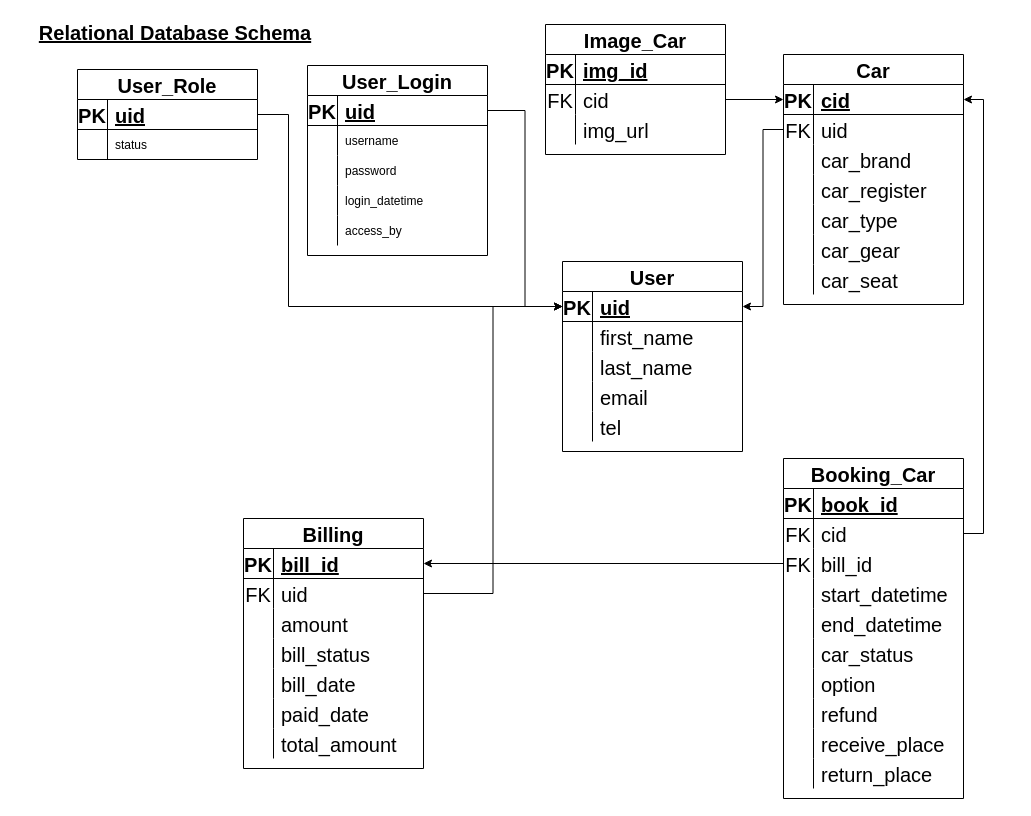
Werayootk/Online_Car_Rental_System keeps this draw.io diagram as page "Relational Database Schema" (2 of 4) of Online_Car_Rental_System.drawio. Above is the earlier version. Source tidied: cells renumbered, new cells numbered last; positions are measured from the earlier drawing's top-left corner, leaving out a move shared by most shapes. Both pictures are drawn from the tidied source at 100%, with x=0, y=0 at pixel (17, 17).
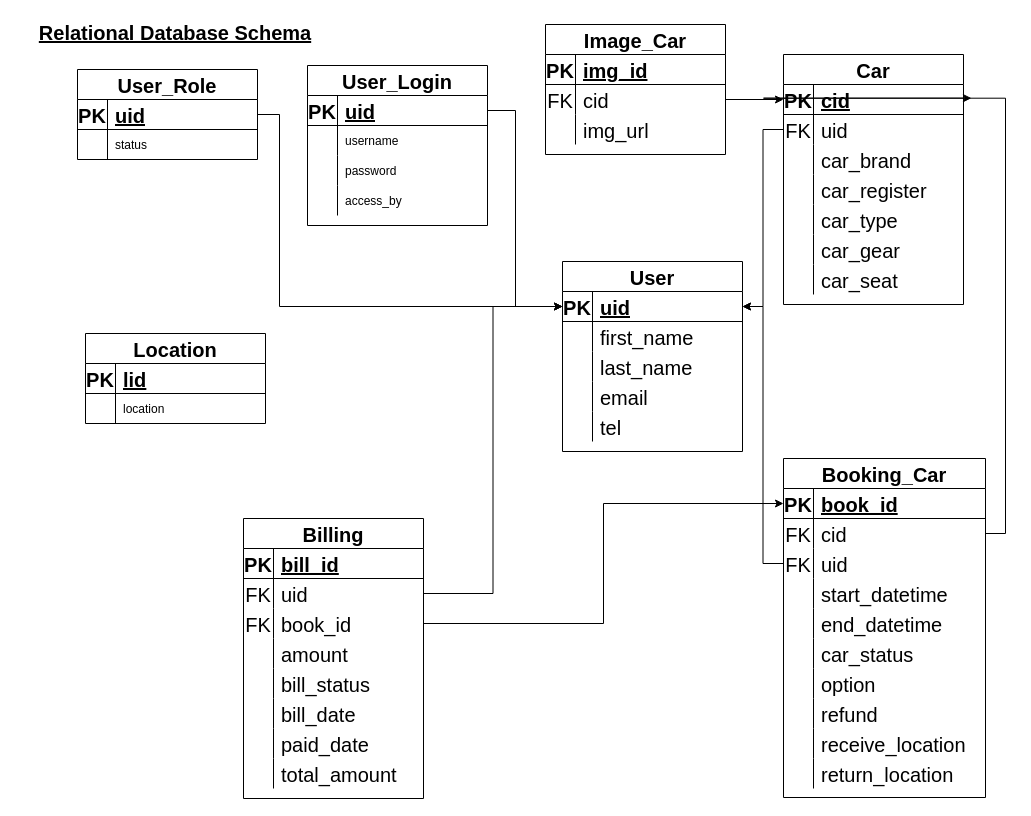
The same diagram, later.

The change refers to these unchanged cells:
```xml
<mxCell id="4" style="shape=partialRectangle;fillColor=none;top=0;left=0;bottom=1;right=0;points=[[0,0.5],[1,0.5]];portConstraint=eastwest;fontSize=20;strokeColor=default;" parent="3" vertex="1">
  <mxGeometry y="30" width="180" height="30" as="geometry" />
</mxCell>
<mxCell id="20" style="shape=partialRectangle;fillColor=none;top=0;left=0;bottom=1;right=0;points=[[0,0.5],[1,0.5]];portConstraint=eastwest;fontSize=20;strokeColor=default;" parent="19" vertex="1">
  <mxGeometry y="30" width="180" height="30" as="geometry" />
</mxCell>
<mxCell id="27" style="shape=partialRectangle;fillColor=none;top=0;left=0;bottom=1;right=0;points=[[0,0.5],[1,0.5]];portConstraint=eastwest;fontSize=20;strokeColor=default;" parent="26" vertex="1">
  <mxGeometry y="30" width="180" height="30" as="geometry" />
</mxCell>
<mxCell id="43" style="shape=partialRectangle;fillColor=none;top=0;left=0;bottom=1;right=0;points=[[0,0.5],[1,0.5]];portConstraint=eastwest;fontSize=20;strokeColor=default;" parent="42" vertex="1">
  <mxGeometry y="30" width="180" height="30" as="geometry" />
</mxCell>
<mxCell id="46" style="shape=partialRectangle;fillColor=none;top=0;left=0;bottom=0;right=0;points=[[0,0.5],[1,0.5]];portConstraint=eastwest;fontSize=20;strokeColor=default;" parent="42" vertex="1">
  <mxGeometry y="60" width="180" height="30" as="geometry" />
</mxCell>
<mxCell id="69" style="shape=partialRectangle;fillColor=none;top=0;left=0;bottom=0;right=0;points=[[0,0.5],[1,0.5]];portConstraint=eastwest;fontSize=20;strokeColor=default;" parent="65" vertex="1">
  <mxGeometry y="60" width="180" height="30" as="geometry" />
</mxCell>
<mxCell id="108" style="shape=partialRectangle;fillColor=none;top=0;left=0;bottom=1;right=0;points=[[0,0.5],[1,0.5]];portConstraint=eastwest;fontSize=20;strokeColor=default;" parent="107" vertex="1">
  <mxGeometry y="30" width="180" height="30" as="geometry" />
</mxCell>
<mxCell id="111" style="shape=partialRectangle;fillColor=none;top=0;left=0;bottom=0;right=0;points=[[0,0.5],[1,0.5]];portConstraint=eastwest;fontSize=20;strokeColor=default;" parent="107" vertex="1">
  <mxGeometry y="60" width="180" height="30" as="geometry" />
</mxCell>
```

Change to the diagram source:
```diff
@@
     <mxCell id="26" value="User_Login" style="shape=table;startSize=30;childLayout=tableLayout;rowLines=0;fontStyle=1;align=center;fontSize=20;strokeColor=default;fillColor=none;" parent="1" vertex="1">
-      <mxGeometry x="290" y="48" width="180" height="190" as="geometry" />
+      <mxGeometry x="290" y="48" width="180" height="160" as="geometry" />
     </mxCell>
@@
-    <mxCell id="36" style="shape=partialRectangle;fillColor=none;top=0;left=0;bottom=0;right=0;" parent="26" vertex="1">
-      <mxGeometry y="120" width="180" height="30" as="geometry" />
-    </mxCell>
-    <mxCell id="37" style="shape=partialRectangle;fillColor=none;top=0;left=0;bottom=0;right=0;overflow=hidden;" parent="36" vertex="1">
-      <mxGeometry width="30" height="30" as="geometry" />
-    </mxCell>
-    <mxCell id="38" value="login_datetime" style="shape=partialRectangle;fillColor=none;top=0;left=0;bottom=0;right=0;align=left;spacingLeft=6;overflow=hidden;" parent="36" vertex="1">
-      <mxGeometry x="30" width="150" height="30" as="geometry" />
-    </mxCell>
     <mxCell id="39" style="shape=partialRectangle;fillColor=none;top=0;left=0;bottom=0;right=0;" parent="26" vertex="1">
-      <mxGeometry y="150" width="180" height="30" as="geometry" />
+      <mxGeometry y="120" width="180" height="30" as="geometry" />
     </mxCell>
@@
-    <mxCell id="64" style="edgeStyle=orthogonalEdgeStyle;rounded=0;jettySize=auto;html=1;entryX=1;entryY=0.5;entryDx=0;entryDy=0;fontSize=20;" parent="1" edge="1" source="46" target="4">
-      <mxGeometry relative="1" as="geometry" />
-    </mxCell>
@@
-    <mxCell id="75" style="edgeStyle=orthogonalEdgeStyle;rounded=0;jettySize=auto;html=1;exitX=1;exitY=0.5;exitDx=0;exitDy=0;entryX=0;entryY=0.5;entryDx=0;entryDy=0;fontSize=20;" parent="1" edge="1" source="69" target="43">
-      <mxGeometry relative="1" as="geometry" />
-    </mxCell>
     <mxCell id="76" value="Booking_Car" style="shape=table;startSize=30;childLayout=tableLayout;rowLines=0;fontStyle=1;align=center;fontSize=20;strokeColor=default;fillColor=none;" parent="1" vertex="1">
-      <mxGeometry x="766" y="441" width="180" height="340" as="geometry" />
+      <mxGeometry x="766" y="441" width="202" height="339" as="geometry" />
     </mxCell>
     <mxCell id="77" style="shape=partialRectangle;fillColor=none;top=0;left=0;bottom=1;right=0;points=[[0,0.5],[1,0.5]];portConstraint=eastwest;fontSize=20;strokeColor=default;" parent="76" vertex="1">
-      <mxGeometry y="30" width="180" height="30" as="geometry" />
+      <mxGeometry y="30" width="202" height="30" as="geometry" />
     </mxCell>
@@
     <mxCell id="79" value="book_id" style="shape=partialRectangle;fillColor=none;top=0;left=0;bottom=0;right=0;align=left;spacingLeft=6;fontStyle=5;overflow=hidden;fontSize=20;strokeColor=default;" parent="77" vertex="1">
-      <mxGeometry x="30" width="150" height="30" as="geometry" />
+      <mxGeometry x="30" width="172" height="30" as="geometry" />
     </mxCell>
     <mxCell id="80" style="shape=partialRectangle;fillColor=none;top=0;left=0;bottom=0;right=0;points=[[0,0.5],[1,0.5]];portConstraint=eastwest;fontSize=20;strokeColor=default;" parent="76" vertex="1">
-      <mxGeometry y="60" width="180" height="30" as="geometry" />
+      <mxGeometry y="60" width="202" height="30" as="geometry" />
     </mxCell>
@@
     <mxCell id="82" value="cid" style="shape=partialRectangle;fillColor=none;top=0;left=0;bottom=0;right=0;align=left;spacingLeft=6;fontStyle=0;overflow=hidden;fontSize=20;strokeColor=default;" parent="80" vertex="1">
-      <mxGeometry x="30" width="150" height="30" as="geometry" />
+      <mxGeometry x="30" width="172" height="30" as="geometry" />
     </mxCell>
-    <mxCell id="83" style="shape=partialRectangle;fillColor=none;top=0;left=0;bottom=0;right=0;points=[[0,0.5],[1,0.5]];portConstraint=eastwest;fontSize=20;strokeColor=default;" parent="76" vertex="1">
-      <mxGeometry y="90" width="180" height="30" as="geometry" />
-    </mxCell>
-    <mxCell id="84" value="FK" style="shape=partialRectangle;fillColor=none;top=0;left=0;bottom=0;right=0;fontStyle=0;overflow=hidden;fontSize=20;strokeColor=default;" parent="83" vertex="1">
-      <mxGeometry width="30" height="30" as="geometry" />
-    </mxCell>
-    <mxCell id="85" value="bill_id" style="shape=partialRectangle;fillColor=none;top=0;left=0;bottom=0;right=0;align=left;spacingLeft=6;fontStyle=0;overflow=hidden;fontSize=20;strokeColor=default;" parent="83" vertex="1">
-      <mxGeometry x="30" width="150" height="30" as="geometry" />
-    </mxCell>
+    <mxCell id="134" style="shape=partialRectangle;fillColor=none;top=0;left=0;bottom=0;right=0;points=[[0,0.5],[1,0.5]];portConstraint=eastwest;fontSize=20;" parent="76" vertex="1">
+      <mxGeometry y="90" width="202" height="30" as="geometry" />
+    </mxCell>
+    <mxCell id="135" value="FK" style="shape=partialRectangle;fillColor=none;top=0;left=0;bottom=0;right=0;fontStyle=0;overflow=hidden;fontSize=20;" parent="134" vertex="1">
+      <mxGeometry width="30" height="30" as="geometry" />
+    </mxCell>
+    <mxCell id="136" value="uid" style="shape=partialRectangle;fillColor=none;top=0;left=0;bottom=0;right=0;align=left;spacingLeft=6;fontStyle=0;overflow=hidden;fontSize=20;" parent="134" vertex="1">
+      <mxGeometry x="30" width="172" height="30" as="geometry" />
+    </mxCell>
     <mxCell id="86" style="shape=partialRectangle;fillColor=none;top=0;left=0;bottom=0;right=0;fontSize=20;strokeColor=default;" parent="76" vertex="1">
-      <mxGeometry y="120" width="180" height="30" as="geometry" />
+      <mxGeometry y="120" width="202" height="30" as="geometry" />
     </mxCell>
@@
     <mxCell id="88" value="start_datetime" style="shape=partialRectangle;fillColor=none;top=0;left=0;bottom=0;right=0;align=left;spacingLeft=6;overflow=hidden;fontSize=20;strokeColor=default;" parent="86" vertex="1">
-      <mxGeometry x="30" width="150" height="30" as="geometry" />
+      <mxGeometry x="30" width="172" height="30" as="geometry" />
     </mxCell>
     <mxCell id="89" style="shape=partialRectangle;fillColor=none;top=0;left=0;bottom=0;right=0;fontSize=20;strokeColor=default;" parent="76" vertex="1">
-      <mxGeometry y="150" width="180" height="30" as="geometry" />
+      <mxGeometry y="150" width="202" height="30" as="geometry" />
     </mxCell>
@@
     <mxCell id="91" value="end_datetime" style="shape=partialRectangle;fillColor=none;top=0;left=0;bottom=0;right=0;align=left;spacingLeft=6;overflow=hidden;fontSize=20;strokeColor=default;" parent="89" vertex="1">
-      <mxGeometry x="30" width="150" height="30" as="geometry" />
+      <mxGeometry x="30" width="172" height="30" as="geometry" />
     </mxCell>
     <mxCell id="92" style="shape=partialRectangle;fillColor=none;top=0;left=0;bottom=0;right=0;fontSize=20;strokeColor=default;" parent="76" vertex="1">
-      <mxGeometry y="180" width="180" height="30" as="geometry" />
+      <mxGeometry y="180" width="202" height="30" as="geometry" />
     </mxCell>
@@
     <mxCell id="94" value="car_status" style="shape=partialRectangle;fillColor=none;top=0;left=0;bottom=0;right=0;align=left;spacingLeft=6;overflow=hidden;fontSize=20;strokeColor=default;" parent="92" vertex="1">
-      <mxGeometry x="30" width="150" height="30" as="geometry" />
+      <mxGeometry x="30" width="172" height="30" as="geometry" />
     </mxCell>
     <mxCell id="95" style="shape=partialRectangle;fillColor=none;top=0;left=0;bottom=0;right=0;fontSize=20;strokeColor=default;" parent="76" vertex="1">
-      <mxGeometry y="210" width="180" height="30" as="geometry" />
+      <mxGeometry y="210" width="202" height="30" as="geometry" />
     </mxCell>
@@
     <mxCell id="97" value="option" style="shape=partialRectangle;fillColor=none;top=0;left=0;bottom=0;right=0;align=left;spacingLeft=6;overflow=hidden;fontSize=20;strokeColor=default;" parent="95" vertex="1">
-      <mxGeometry x="30" width="150" height="30" as="geometry" />
+      <mxGeometry x="30" width="172" height="30" as="geometry" />
     </mxCell>
     <mxCell id="98" style="shape=partialRectangle;fillColor=none;top=0;left=0;bottom=0;right=0;fontSize=20;strokeColor=default;" parent="76" vertex="1">
-      <mxGeometry y="240" width="180" height="30" as="geometry" />
+      <mxGeometry y="240" width="202" height="30" as="geometry" />
     </mxCell>
@@
     <mxCell id="100" value="refund" style="shape=partialRectangle;fillColor=none;top=0;left=0;bottom=0;right=0;align=left;spacingLeft=6;overflow=hidden;fontSize=20;strokeColor=default;" parent="98" vertex="1">
-      <mxGeometry x="30" width="150" height="30" as="geometry" />
+      <mxGeometry x="30" width="172" height="30" as="geometry" />
     </mxCell>
     <mxCell id="101" style="shape=partialRectangle;fillColor=none;top=0;left=0;bottom=0;right=0;fontSize=20;strokeColor=default;" parent="76" vertex="1">
-      <mxGeometry y="270" width="180" height="30" as="geometry" />
+      <mxGeometry y="270" width="202" height="30" as="geometry" />
     </mxCell>
@@
-    <mxCell id="103" value="receive_place" style="shape=partialRectangle;fillColor=none;top=0;left=0;bottom=0;right=0;align=left;spacingLeft=6;overflow=hidden;fontSize=20;strokeColor=default;" parent="101" vertex="1">
-      <mxGeometry x="30" width="150" height="30" as="geometry" />
+    <mxCell id="103" value="receive_location" style="shape=partialRectangle;fillColor=none;top=0;left=0;bottom=0;right=0;align=left;spacingLeft=6;overflow=hidden;fontSize=20;strokeColor=default;" parent="101" vertex="1">
+      <mxGeometry x="30" width="172" height="30" as="geometry" />
     </mxCell>
     <mxCell id="104" style="shape=partialRectangle;fillColor=none;top=0;left=0;bottom=0;right=0;fontSize=20;strokeColor=default;" parent="76" vertex="1">
-      <mxGeometry y="300" width="180" height="30" as="geometry" />
+      <mxGeometry y="300" width="202" height="30" as="geometry" />
     </mxCell>
@@
-    <mxCell id="106" value="return_place" style="shape=partialRectangle;fillColor=none;top=0;left=0;bottom=0;right=0;align=left;spacingLeft=6;overflow=hidden;fontSize=20;strokeColor=default;" parent="104" vertex="1">
-      <mxGeometry x="30" width="150" height="30" as="geometry" />
+    <mxCell id="106" value="return_location" style="shape=partialRectangle;fillColor=none;top=0;left=0;bottom=0;right=0;align=left;spacingLeft=6;overflow=hidden;fontSize=20;strokeColor=default;" parent="104" vertex="1">
+      <mxGeometry x="30" width="172" height="30" as="geometry" />
     </mxCell>
     <mxCell id="107" value="Billing" style="shape=table;startSize=30;childLayout=tableLayout;rowLines=0;fontStyle=1;align=center;fontSize=20;strokeColor=default;fillColor=none;" parent="1" vertex="1">
-      <mxGeometry x="226" y="501" width="180" height="250" as="geometry" />
+      <mxGeometry x="226" y="501" width="180" height="280" as="geometry" />
     </mxCell>
@@
+    <mxCell id="137" style="shape=partialRectangle;fillColor=none;top=0;left=0;bottom=0;right=0;points=[[0,0.5],[1,0.5]];portConstraint=eastwest;fontSize=20;" parent="107" vertex="1">
+      <mxGeometry y="90" width="180" height="30" as="geometry" />
+    </mxCell>
+    <mxCell id="138" value="FK" style="shape=partialRectangle;fillColor=none;top=0;left=0;bottom=0;right=0;fontStyle=0;overflow=hidden;fontSize=20;" parent="137" vertex="1">
+      <mxGeometry width="30" height="30" as="geometry" />
+    </mxCell>
+    <mxCell id="139" value="book_id" style="shape=partialRectangle;fillColor=none;top=0;left=0;bottom=0;right=0;align=left;spacingLeft=6;fontStyle=0;overflow=hidden;fontSize=20;" parent="137" vertex="1">
+      <mxGeometry x="30" width="150" height="30" as="geometry" />
+    </mxCell>
     <mxCell id="114" style="shape=partialRectangle;fillColor=none;top=0;left=0;bottom=0;right=0;fontSize=20;strokeColor=default;" parent="107" vertex="1">
-      <mxGeometry y="90" width="180" height="30" as="geometry" />
+      <mxGeometry y="120" width="180" height="30" as="geometry" />
     </mxCell>
@@
     <mxCell id="117" style="shape=partialRectangle;fillColor=none;top=0;left=0;bottom=0;right=0;fontSize=20;strokeColor=default;" parent="107" vertex="1">
-      <mxGeometry y="120" width="180" height="30" as="geometry" />
+      <mxGeometry y="150" width="180" height="30" as="geometry" />
     </mxCell>
@@
     <mxCell id="120" style="shape=partialRectangle;fillColor=none;top=0;left=0;bottom=0;right=0;fontSize=20;strokeColor=default;" parent="107" vertex="1">
-      <mxGeometry y="150" width="180" height="30" as="geometry" />
+      <mxGeometry y="180" width="180" height="30" as="geometry" />
     </mxCell>
@@
     <mxCell id="123" style="shape=partialRectangle;fillColor=none;top=0;left=0;bottom=0;right=0;fontSize=20;strokeColor=default;" parent="107" vertex="1">
-      <mxGeometry y="180" width="180" height="30" as="geometry" />
+      <mxGeometry y="210" width="180" height="30" as="geometry" />
     </mxCell>
@@
     <mxCell id="126" style="shape=partialRectangle;fillColor=none;top=0;left=0;bottom=0;right=0;fontSize=20;strokeColor=default;" parent="107" vertex="1">
-      <mxGeometry y="210" width="180" height="30" as="geometry" />
+      <mxGeometry y="240" width="180" height="30" as="geometry" />
     </mxCell>
@@
+    <mxCell id="140" value="Location" style="shape=table;startSize=30;childLayout=tableLayout;rowLines=0;fontStyle=1;align=center;fontSize=20;strokeColor=default;fillColor=none;" parent="1" vertex="1">
+      <mxGeometry x="68" y="316" width="180" height="90" as="geometry" />
+    </mxCell>
+    <mxCell id="141" style="shape=partialRectangle;fillColor=none;top=0;left=0;bottom=1;right=0;fontSize=20;strokeColor=default;" parent="140" vertex="1">
+      <mxGeometry y="30" width="180" height="30" as="geometry" />
+    </mxCell>
+    <mxCell id="142" value="PK" style="shape=partialRectangle;fillColor=none;top=0;left=0;bottom=0;right=0;fontStyle=1;overflow=hidden;fontSize=20;strokeColor=default;" parent="141" vertex="1">
+      <mxGeometry width="30" height="30" as="geometry" />
+    </mxCell>
+    <mxCell id="143" value="lid" style="shape=partialRectangle;fillColor=none;top=0;left=0;bottom=0;right=0;align=left;spacingLeft=6;fontStyle=5;overflow=hidden;fontSize=20;strokeColor=default;" parent="141" vertex="1">
+      <mxGeometry x="30" width="150" height="30" as="geometry" />
+    </mxCell>
+    <mxCell id="144" style="shape=partialRectangle;fillColor=none;top=0;left=0;bottom=0;right=0;" parent="140" vertex="1">
+      <mxGeometry y="60" width="180" height="30" as="geometry" />
+    </mxCell>
+    <mxCell id="37" style="shape=partialRectangle;fillColor=none;top=0;left=0;bottom=0;right=0;overflow=hidden;" parent="144" vertex="1">
+      <mxGeometry width="30" height="30" as="geometry" />
+    </mxCell>
+    <mxCell id="145" value="location" style="shape=partialRectangle;fillColor=none;top=0;left=0;bottom=0;right=0;align=left;spacingLeft=6;overflow=hidden;" parent="144" vertex="1">
+      <mxGeometry x="30" width="150" height="30" as="geometry" />
+    </mxCell>
+    <mxCell id="130" style="edgeStyle=orthogonalEdgeStyle;rounded=0;jettySize=auto;html=1;exitX=1;exitY=0.5;exitDx=0;exitDy=0;entryX=0;entryY=0.5;entryDx=0;entryDy=0;fontSize=20;" parent="1" edge="1" source="20" target="4">
+      <mxGeometry relative="1" as="geometry">
+        <Array as="points">
+          <mxPoint x="262" y="97" />
+          <mxPoint x="262" y="289" />
+        </Array>
+      </mxGeometry>
+    </mxCell>
-    <mxCell id="129" style="edgeStyle=orthogonalEdgeStyle;rounded=0;jettySize=auto;html=1;exitX=1;exitY=0.5;exitDx=0;exitDy=0;entryX=0;entryY=0.5;entryDx=0;entryDy=0;fontSize=20;" parent="1" edge="1" source="27" target="4">
-      <mxGeometry relative="1" as="geometry" />
+    <mxCell id="129" style="edgeStyle=orthogonalEdgeStyle;rounded=0;jettySize=auto;html=1;entryX=0;entryY=0.5;entryDx=0;entryDy=0;fontSize=20;" parent="1" edge="1" source="27" target="4">
+      <mxGeometry relative="1" as="geometry">
+        <Array as="points">
+          <mxPoint x="498" y="93" />
+          <mxPoint x="498" y="289" />
+        </Array>
+      </mxGeometry>
     </mxCell>
-    <mxCell id="130" style="edgeStyle=orthogonalEdgeStyle;rounded=0;jettySize=auto;html=1;exitX=1;exitY=0.5;exitDx=0;exitDy=0;entryX=0;entryY=0.5;entryDx=0;entryDy=0;fontSize=20;" parent="1" edge="1" source="20" target="4">
-      <mxGeometry relative="1" as="geometry">
-        <Array as="points">
-          <mxPoint x="271" y="97" />
-          <mxPoint x="271" y="289" />
-        </Array>
-      </mxGeometry>
-    </mxCell>
+    <mxCell id="75" style="edgeStyle=orthogonalEdgeStyle;rounded=0;jettySize=auto;html=1;entryX=0;entryY=0.5;entryDx=0;entryDy=0;fontSize=20;" parent="1" edge="1" source="69" target="43">
+      <mxGeometry relative="1" as="geometry" />
+    </mxCell>
+    <mxCell id="64" style="edgeStyle=orthogonalEdgeStyle;rounded=0;jettySize=auto;html=1;exitX=0;exitY=0.5;exitDx=0;exitDy=0;entryX=1;entryY=0.5;entryDx=0;entryDy=0;fontSize=20;" parent="1" edge="1" source="46" target="4">
+      <mxGeometry relative="1" as="geometry" />
+    </mxCell>
+    <mxCell id="146" style="edgeStyle=orthogonalEdgeStyle;rounded=0;jettySize=auto;html=1;entryX=1;entryY=0.5;entryDx=0;entryDy=0;fontSize=20;" parent="1" edge="1" source="134" target="4">
+      <mxGeometry relative="1" as="geometry" />
+    </mxCell>
-    <mxCell id="131" style="edgeStyle=orthogonalEdgeStyle;rounded=0;jettySize=auto;html=1;exitX=1;exitY=0.5;exitDx=0;exitDy=0;entryX=1;entryY=0.5;entryDx=0;entryDy=0;fontSize=20;" parent="1" edge="1" source="80" target="43">
+    <mxCell id="131" style="edgeStyle=orthogonalEdgeStyle;rounded=0;jettySize=auto;html=1;exitX=1;exitY=0.5;exitDx=0;exitDy=0;entryX=1.044;entryY=0.455;entryDx=0;entryDy=0;entryPerimeter=0;fontSize=20;" parent="1" edge="1" source="80" target="43">
       <mxGeometry relative="1" as="geometry" />
     </mxCell>
-    <mxCell id="132" style="edgeStyle=orthogonalEdgeStyle;rounded=0;jettySize=auto;html=1;exitX=0;exitY=0.5;exitDx=0;exitDy=0;entryX=1;entryY=0.5;entryDx=0;entryDy=0;fontSize=20;" parent="1" edge="1" source="83" target="108">
-      <mxGeometry relative="1" as="geometry" />
-    </mxCell>
-    <mxCell id="133" style="edgeStyle=orthogonalEdgeStyle;rounded=0;jettySize=auto;html=1;entryX=0;entryY=0.5;entryDx=0;entryDy=0;fontSize=20;" parent="1" edge="1" source="111" target="4">
+    <mxCell id="133" style="edgeStyle=orthogonalEdgeStyle;rounded=0;jettySize=auto;html=1;fontSize=20;" parent="1" edge="1" source="111" target="4">
       <mxGeometry relative="1" as="geometry" />
     </mxCell>
+    <mxCell id="147" style="edgeStyle=orthogonalEdgeStyle;rounded=0;jettySize=auto;html=1;exitX=1;exitY=0.5;exitDx=0;exitDy=0;entryX=0;entryY=0.5;entryDx=0;entryDy=0;fontSize=20;" parent="1" edge="1" source="137" target="77">
+      <mxGeometry relative="1" as="geometry" />
+    </mxCell>
```
